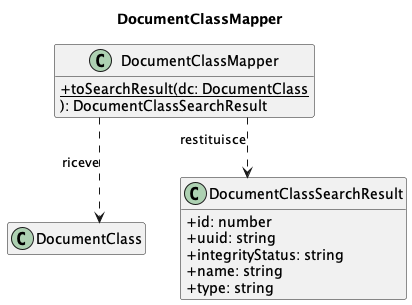
Earlier version of the PlantUML export out/3_PB/DocumentiEsterni/DiagrammiSpecificaTecnica/C4/C4_backend_Search/C4_backend_Search-12.png (7-ZPUs/Docs).
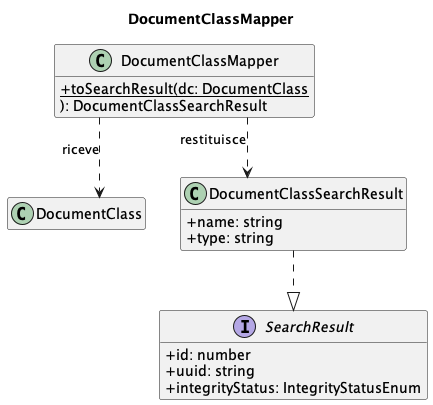
The same diagram one commit later.

Commit message:
Correzioni parte Search

What changed in the source:
```diff
@@ -10,15 +10,18 @@
     ): DocumentClassSearchResult
 }
 class DocumentClass
-class DocumentClassSearchResult {
+interface SearchResult {
     + id: number
     + uuid: string
-    + integrityStatus: string
+    + integrityStatus: IntegrityStatusEnum
+}
+class DocumentClassSearchResult {
     + name: string
     + type: string
 }
 
-DocumentClassMapper ..> DocumentClass           : riceve
+DocumentClassSearchResult ..|> SearchResult
+DocumentClassMapper ..> DocumentClass             : riceve
 DocumentClassMapper ..> DocumentClassSearchResult : restituisce
 
 @enduml
```
